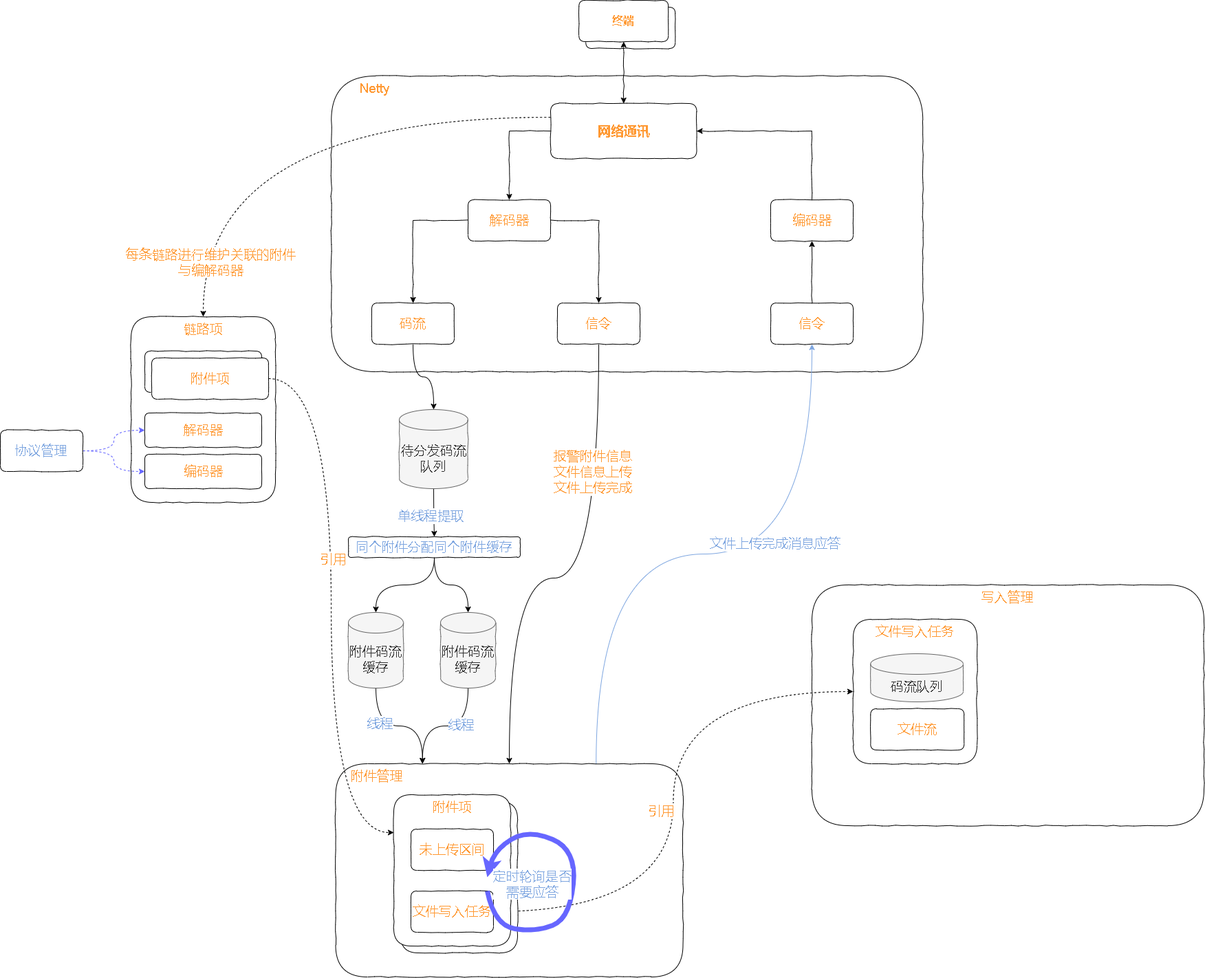
Before: test.drawio.png, a diagram exported from draw.io (xktder/draw). Source tidied: cells renumbered, new cells last; positions are measured from the earlier drawing's top-left corner, leaving out a move shared by most shapes.
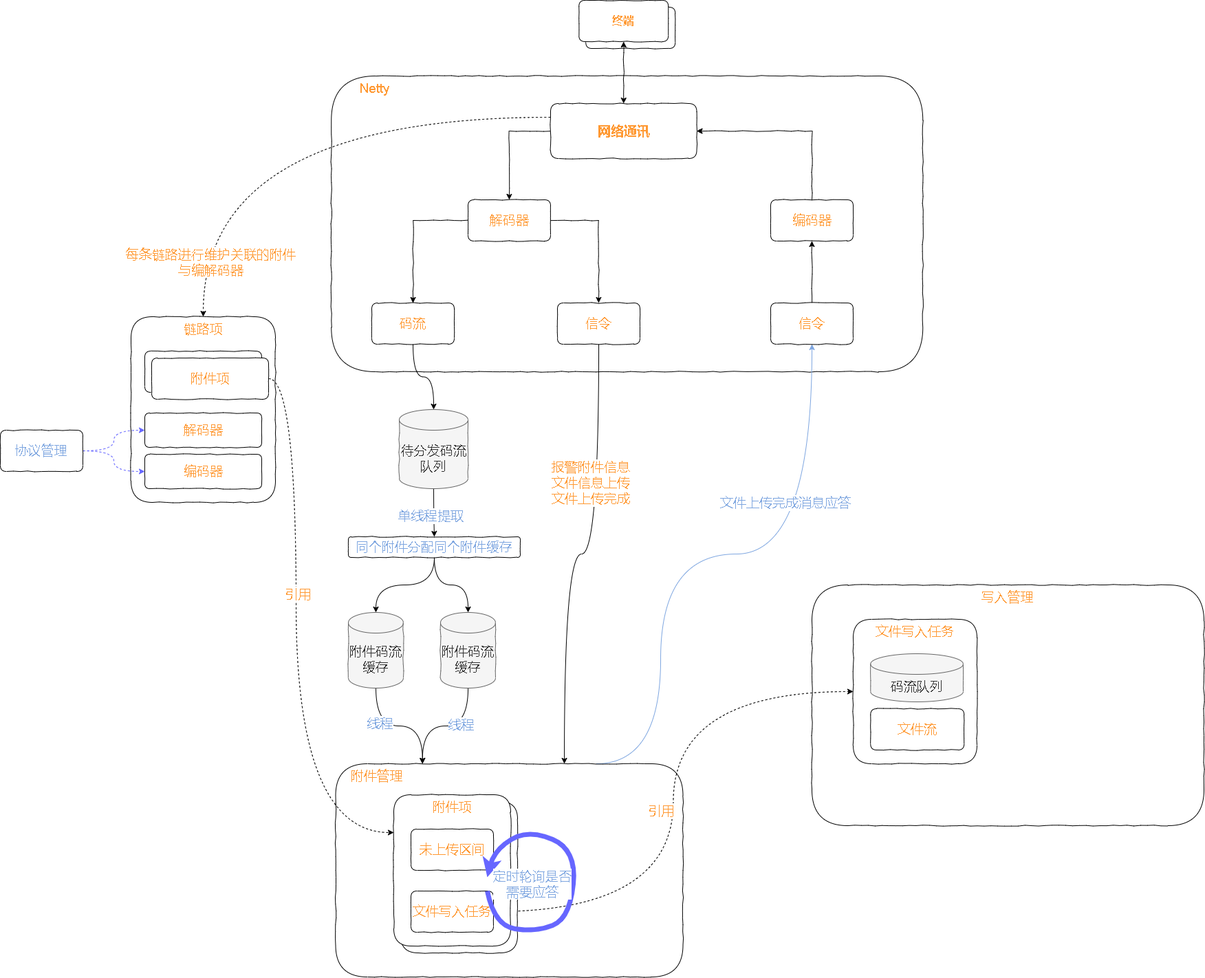
The same diagram one commit later.

What changed in the source:
```diff
@@ -9,11 +9,17 @@
       <mxGeometry x="1180" y="850" width="570" height="350" as="geometry" />
     </mxCell>
     <mxCell id="4" style="edgeStyle=orthogonalEdgeStyle;curved=1;rounded=0;comic=0;jettySize=auto;html=1;exitX=0.75;exitY=0;exitDx=0;exitDy=0;fontSize=19;fontColor=#9AC7BF;startArrow=none;startFill=0;endArrow=classic;endFill=1;strokeColor=#7EA6E0;strokeWidth=1;" parent="1" edge="1" source="6" target="26">
-      <mxGeometry relative="1" as="geometry" />
+      <mxGeometry relative="1" as="geometry">
+        <Array as="points">
+          <mxPoint x="960" y="1110" />
+          <mxPoint x="960" y="805" />
+          <mxPoint x="1180" y="805" />
+        </Array>
+      </mxGeometry>
     </mxCell>
     <mxCell id="5" value="&lt;font&gt;文件上传完成消息应答&lt;/font&gt;" style="edgeLabel;html=1;align=center;verticalAlign=middle;fontSize=19;fontColor=#7EA6E0;" parent="4" vertex="1">
       <mxGeometry x="0.26" y="16" relative="1" as="geometry">
-        <mxPoint x="-16" as="offset" />
+        <mxPoint x="-1" y="-59" as="offset" />
       </mxGeometry>
     </mxCell>
     <mxCell id="6" value="&amp;nbsp; &amp;nbsp; 附件管理" style="rounded=1;whiteSpace=wrap;html=1;comic=1;fontSize=19;fontColor=#FF9933;strokeColor=default;gradientColor=none;verticalAlign=top;align=left;" parent="1" vertex="1">
@@ -66,18 +72,16 @@
     <mxCell id="21" value="码流" style="rounded=1;whiteSpace=wrap;html=1;comic=1;fontSize=19;fontColor=#FF9933;strokeColor=default;gradientColor=none;" parent="1" vertex="1">
       <mxGeometry x="540" y="440" width="120" height="60" as="geometry" />
     </mxCell>
-    <mxCell id="22" style="edgeStyle=orthogonalEdgeStyle;curved=1;rounded=0;comic=0;jettySize=auto;html=1;entryX=0.5;entryY=0;entryDx=0;entryDy=0;fontSize=19;fontColor=#FF9933;startArrow=none;startFill=0;endArrow=classic;endFill=1;" parent="1" edge="1" source="24" target="6">
+    <mxCell id="22" style="edgeStyle=orthogonalEdgeStyle;curved=1;rounded=0;comic=0;jettySize=auto;html=1;fontSize=19;fontColor=#7EA6E0;startArrow=none;startFill=0;endArrow=classic;endFill=1;strokeColor=#000000;strokeWidth=1;" parent="1" edge="1" source="24" target="6">
       <mxGeometry relative="1" as="geometry">
         <Array as="points">
-          <mxPoint x="870" y="840" />
-          <mxPoint x="740" y="840" />
+          <mxPoint x="870" y="805" />
+          <mxPoint x="820" y="805" />
         </Array>
       </mxGeometry>
     </mxCell>
-    <mxCell id="23" value="报警附件信息&lt;br&gt;文件信息上传&lt;br&gt;文件上传完成" style="edgeLabel;html=1;align=center;verticalAlign=middle;fontSize=19;fontColor=#FF9933;" parent="22" vertex="1">
-      <mxGeometry x="-0.49" y="-15" relative="1" as="geometry">
-        <mxPoint x="5" y="-2" as="offset" />
-      </mxGeometry>
+    <mxCell id="23" value="&lt;span style=&quot;color: rgb(255, 153, 51);&quot;&gt;报警附件信息&lt;/span&gt;&lt;br style=&quot;color: rgb(255, 153, 51);&quot;&gt;&lt;span style=&quot;color: rgb(255, 153, 51);&quot;&gt;文件信息上传&lt;/span&gt;&lt;br style=&quot;color: rgb(255, 153, 51);&quot;&gt;&lt;span style=&quot;color: rgb(255, 153, 51);&quot;&gt;文件上传完成&lt;/span&gt;" style="edgeLabel;html=1;align=center;verticalAlign=middle;fontSize=19;fontColor=#7EA6E0;" parent="22" vertex="1">
+      <mxGeometry x="-0.39" y="-13" relative="1" as="geometry" />
     </mxCell>
     <mxCell id="24" value="信令" style="rounded=1;whiteSpace=wrap;html=1;comic=1;fontSize=19;fontColor=#FF9933;strokeColor=default;gradientColor=none;" parent="1" vertex="1">
       <mxGeometry x="810" y="440" width="120" height="60" as="geometry" />
@@ -121,7 +125,12 @@
       <mxGeometry x="20" y="200" width="170" height="50" as="geometry" />
     </mxCell>
     <mxCell id="37" style="edgeStyle=orthogonalEdgeStyle;curved=1;rounded=0;comic=0;jettySize=auto;html=1;exitX=1;exitY=0.5;exitDx=0;exitDy=0;entryX=0;entryY=0.25;entryDx=0;entryDy=0;fontSize=19;fontColor=#FF9933;startArrow=none;startFill=0;endArrow=classic;endFill=1;dashed=1;" parent="1" edge="1" source="34" target="61">
-      <mxGeometry relative="1" as="geometry" />
+      <mxGeometry relative="1" as="geometry">
+        <Array as="points">
+          <mxPoint x="430" y="550" />
+          <mxPoint x="430" y="1210" />
+        </Array>
+      </mxGeometry>
     </mxCell>
     <mxCell id="38" value="引用" style="edgeLabel;html=1;align=center;verticalAlign=middle;fontSize=19;fontColor=#FF9933;" parent="37" vertex="1">
       <mxGeometry x="-0.16" y="2" relative="1" as="geometry" />
```
